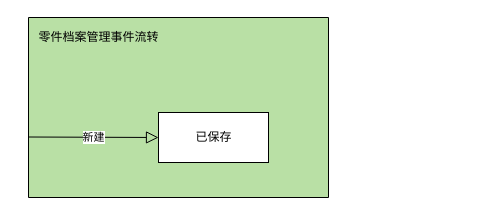
Earlier version of the draw.io diagram page "零件档案管理-事件图" (3 of 4) of 库存管理-零件档案管理.drawio (1132489442/gitRepository1). Source tidied: cells renumbered, new cells numbered last; positions are measured from the earlier drawing's top-left corner, leaving out a move shared by most shapes. Both pictures are drawn from the tidied source at 100%, with x=0, y=0 at pixel (28, 17).
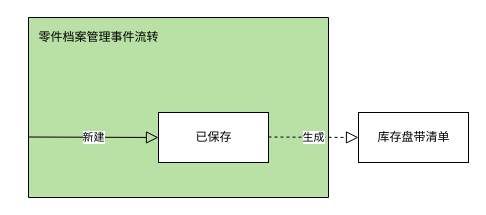
Above is the later version.

Change to the diagram source:
```diff
@@
 <mxGraphModel>
   <root>
     <mxCell id="0" />
     <mxCell id="1" parent="0" />
     <mxCell id="2" style="verticalLabelPosition=bottom;verticalAlign=top;html=1;shape=mxgraph.basic.rect;fillColor2=none;strokeWidth=1;size=20;indent=5;fillColor=#B9E0A5;" parent="1" vertex="1">
       <mxGeometry width="300" height="180" as="geometry" />
     </mxCell>
     <mxCell id="3" value="零件档案管理事件流转" style="text;html=1;align=center;verticalAlign=middle;strokeColor=none;fillColor=none;" parent="1" vertex="1">
       <mxGeometry y="10" width="140" height="20" as="geometry" />
     </mxCell>
     <mxCell id="4" value="新建" style="endArrow=block;endSize=10;endFill=0;html=1;rounded=0;" parent="1" edge="1">
       <mxGeometry relative="1" as="geometry">
         <mxPoint y="119.5" as="sourcePoint" />
         <mxPoint x="130" y="120" as="targetPoint" />
       </mxGeometry>
     </mxCell>
     <mxCell id="5" value="已保存" style="html=1;fillColor=#FFFFFF;" parent="1" vertex="1">
       <mxGeometry x="130" y="95" width="110" height="50" as="geometry" />
     </mxCell>
+    <mxCell id="6" value="库存盘带清单" style="html=1;fillColor=#FFFFFF;" parent="1" vertex="1">
+      <mxGeometry x="330" y="95" width="110" height="50" as="geometry" />
+    </mxCell>
+    <mxCell id="7" value="生成" style="endArrow=block;endSize=10;endFill=0;html=1;rounded=0;dashed=1;" parent="1" edge="1">
+      <mxGeometry relative="1" as="geometry">
+        <mxPoint x="240" y="119.5" as="sourcePoint" />
+        <mxPoint x="330" y="120" as="targetPoint" />
+      </mxGeometry>
+    </mxCell>
   </root>
 </mxGraphModel>
```
